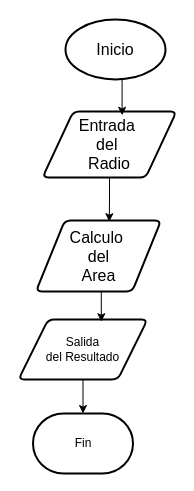
The draw.io diagram Diagrama sin título.drawio in ExemPR/ExemPR.github.io, before the edit. Source tidied: cells renumbered, new cells numbered last; positions are measured from the earlier drawing's top-left corner, leaving out a move shared by most shapes. Both pictures are drawn from the tidied source at 100%, with x=0, y=0 at pixel (18, 19).
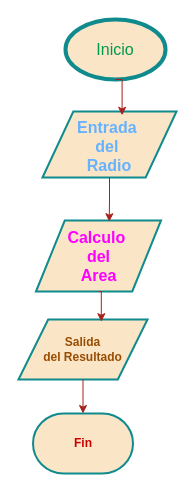
Above is the later version.

Diff of the diagram source:
```diff
@@
 <mxGraphModel>
   <root>
     <mxCell id="0" />
     <mxCell id="1" parent="0" />
-    <mxCell id="2" value="Inicio" style="strokeWidth=2;html=1;shape=mxgraph.flowchart.start_1;whiteSpace=wrap;fontSize=16;" parent="1" vertex="1">
+    <mxCell id="2" value="Inicio" style="strokeWidth=4;html=1;shape=mxgraph.flowchart.start_1;whiteSpace=wrap;fontSize=16;fillStyle=auto;fontStyle=0;labelBackgroundColor=none;labelBorderColor=none;rounded=0;fillColor=#FAE5C7;strokeColor=#0F8B8D;fontColor=#00994D;" parent="1" vertex="1">
       <mxGeometry x="47" width="100" height="60" as="geometry" />
     </mxCell>
-    <mxCell id="3" value="Entrada&amp;nbsp;&lt;br&gt;del&amp;nbsp;&lt;br&gt;Radio" style="shape=parallelogram;html=1;strokeWidth=2;perimeter=parallelogramPerimeter;whiteSpace=wrap;rounded=1;arcSize=12;size=0.23;fontSize=16;" parent="1" vertex="1">
+    <mxCell id="3" value="Entrada&amp;nbsp;&lt;br&gt;del&amp;nbsp;&lt;br&gt;Radio" style="shape=parallelogram;html=1;strokeWidth=2;perimeter=parallelogramPerimeter;whiteSpace=wrap;rounded=0;arcSize=12;size=0.23;fontSize=16;fillColor=#FAE5C7;strokeColor=#0F8B8D;align=center;verticalAlign=top;fontColor=#66B2FF;labelBackgroundColor=none;fontStyle=1;" parent="1" vertex="1">
       <mxGeometry x="24" y="92" width="134" height="66" as="geometry" />
     </mxCell>
-    <mxCell id="4" value="Calculo&amp;nbsp;&lt;br&gt;del&lt;br&gt;Area" style="shape=parallelogram;html=1;strokeWidth=2;perimeter=parallelogramPerimeter;whiteSpace=wrap;rounded=1;arcSize=12;size=0.23;fontSize=16;" parent="1" vertex="1">
+    <mxCell id="4" value="Calculo&amp;nbsp;&lt;br&gt;del&lt;br&gt;Area" style="shape=parallelogram;html=1;strokeWidth=2;perimeter=parallelogramPerimeter;whiteSpace=wrap;rounded=0;arcSize=12;size=0.23;fontSize=16;labelBackgroundColor=none;fillColor=#FAE5C7;strokeColor=#0F8B8D;fontColor=#FF00FF;fontStyle=1;" parent="1" vertex="1">
       <mxGeometry x="17.5" y="201" width="125" height="71" as="geometry" />
     </mxCell>
-    <mxCell id="5" value="Salida&lt;br&gt;del Resultado" style="shape=parallelogram;html=1;strokeWidth=2;perimeter=parallelogramPerimeter;whiteSpace=wrap;rounded=1;arcSize=12;size=0.23;" parent="1" vertex="1">
+    <mxCell id="5" value="Salida&lt;br&gt;del Resultado" style="shape=parallelogram;html=1;strokeWidth=2;perimeter=parallelogramPerimeter;whiteSpace=wrap;rounded=0;arcSize=12;size=0.23;labelBackgroundColor=none;fillColor=#FAE5C7;strokeColor=#0F8B8D;fontColor=#994C00;fontStyle=1;" parent="1" vertex="1">
       <mxGeometry y="300" width="129" height="60" as="geometry" />
     </mxCell>
-    <mxCell id="6" value="Fin&lt;br&gt;" style="strokeWidth=2;html=1;shape=mxgraph.flowchart.terminator;whiteSpace=wrap;" parent="1" vertex="1">
+    <mxCell id="6" value="Fin&lt;br&gt;" style="strokeWidth=2;html=1;shape=mxgraph.flowchart.terminator;whiteSpace=wrap;rounded=0;labelBackgroundColor=none;fillColor=#FAE5C7;strokeColor=#0F8B8D;fontColor=#CC0000;fontStyle=1;" parent="1" vertex="1">
       <mxGeometry x="14.5" y="394" width="100" height="60" as="geometry" />
     </mxCell>
-    <mxCell id="7" style="edgeStyle=orthogonalEdgeStyle;rounded=0;jettySize=auto;html=1;exitX=0.5;exitY=1;exitDx=0;exitDy=0;exitPerimeter=0;entryX=0.594;entryY=0.058;entryDx=0;entryDy=0;entryPerimeter=0;" parent="1" edge="1" source="2" target="3">
+    <mxCell id="7" style="edgeStyle=orthogonalEdgeStyle;rounded=0;jettySize=auto;html=1;exitX=0.5;exitY=1;exitDx=0;exitDy=0;exitPerimeter=0;entryX=0.594;entryY=0.058;entryDx=0;entryDy=0;entryPerimeter=0;labelBackgroundColor=none;strokeColor=#A8201A;fontColor=default;" parent="1" edge="1" source="2" target="3">
       <mxGeometry relative="1" as="geometry" />
     </mxCell>
-    <mxCell id="8" style="edgeStyle=orthogonalEdgeStyle;rounded=0;jettySize=auto;html=1;exitX=0.5;exitY=1;exitDx=0;exitDy=0;entryX=0.586;entryY=0.017;entryDx=0;entryDy=0;entryPerimeter=0;" parent="1" edge="1" source="3" target="4">
+    <mxCell id="8" style="edgeStyle=orthogonalEdgeStyle;rounded=0;jettySize=auto;html=1;exitX=0.5;exitY=1;exitDx=0;exitDy=0;entryX=0.586;entryY=0.017;entryDx=0;entryDy=0;entryPerimeter=0;labelBackgroundColor=none;strokeColor=#A8201A;fontColor=default;" parent="1" edge="1" source="3" target="4">
       <mxGeometry relative="1" as="geometry" />
     </mxCell>
-    <mxCell id="9" style="edgeStyle=orthogonalEdgeStyle;rounded=0;jettySize=auto;html=1;exitX=0.5;exitY=1;exitDx=0;exitDy=0;entryX=0.642;entryY=0.037;entryDx=0;entryDy=0;entryPerimeter=0;" parent="1" edge="1" source="4" target="5">
+    <mxCell id="9" style="edgeStyle=orthogonalEdgeStyle;rounded=0;jettySize=auto;html=1;exitX=0.5;exitY=1;exitDx=0;exitDy=0;entryX=0.642;entryY=0.037;entryDx=0;entryDy=0;entryPerimeter=0;labelBackgroundColor=none;strokeColor=#A8201A;fontColor=default;" parent="1" edge="1" source="4" target="5">
       <mxGeometry relative="1" as="geometry" />
     </mxCell>
-    <mxCell id="10" style="edgeStyle=orthogonalEdgeStyle;rounded=0;jettySize=auto;html=1;exitX=0.5;exitY=1;exitDx=0;exitDy=0;entryX=0.5;entryY=0;entryDx=0;entryDy=0;entryPerimeter=0;" parent="1" edge="1" source="5" target="6">
+    <mxCell id="10" style="edgeStyle=orthogonalEdgeStyle;rounded=0;jettySize=auto;html=1;exitX=0.5;exitY=1;exitDx=0;exitDy=0;entryX=0.5;entryY=0;entryDx=0;entryDy=0;entryPerimeter=0;labelBackgroundColor=none;strokeColor=#A8201A;fontColor=default;" parent="1" edge="1" source="5" target="6">
       <mxGeometry relative="1" as="geometry" />
     </mxCell>
   </root>
 </mxGraphModel>
```
